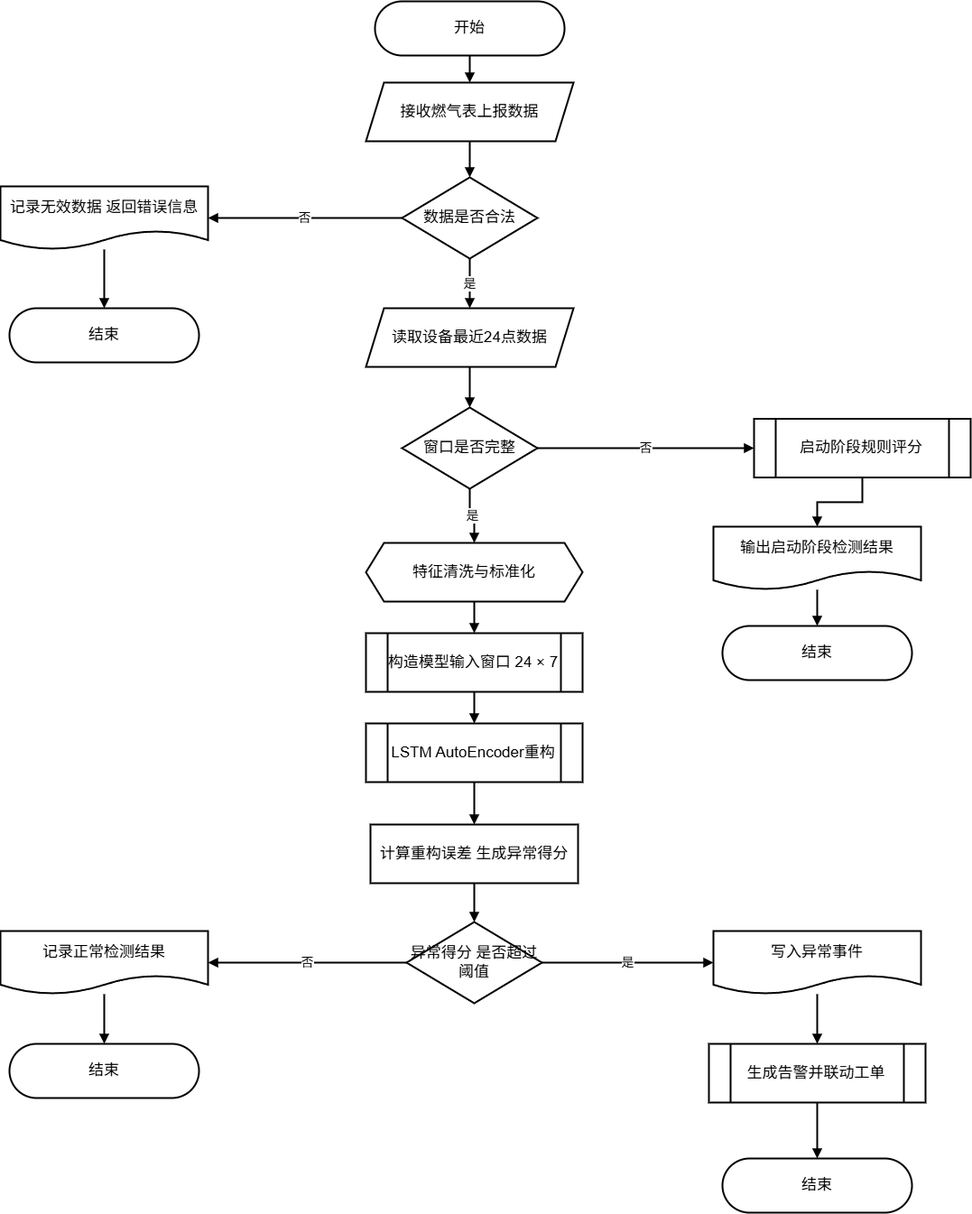
The draw.io diagram pictures_drawio/异常检测流程图.drawio.png in solisW/my_thesis_system, before a commit. Source tidied: cells renumbered, new cells last; positions are measured from the earlier drawing's top-left corner, leaving out a move shared by most shapes.
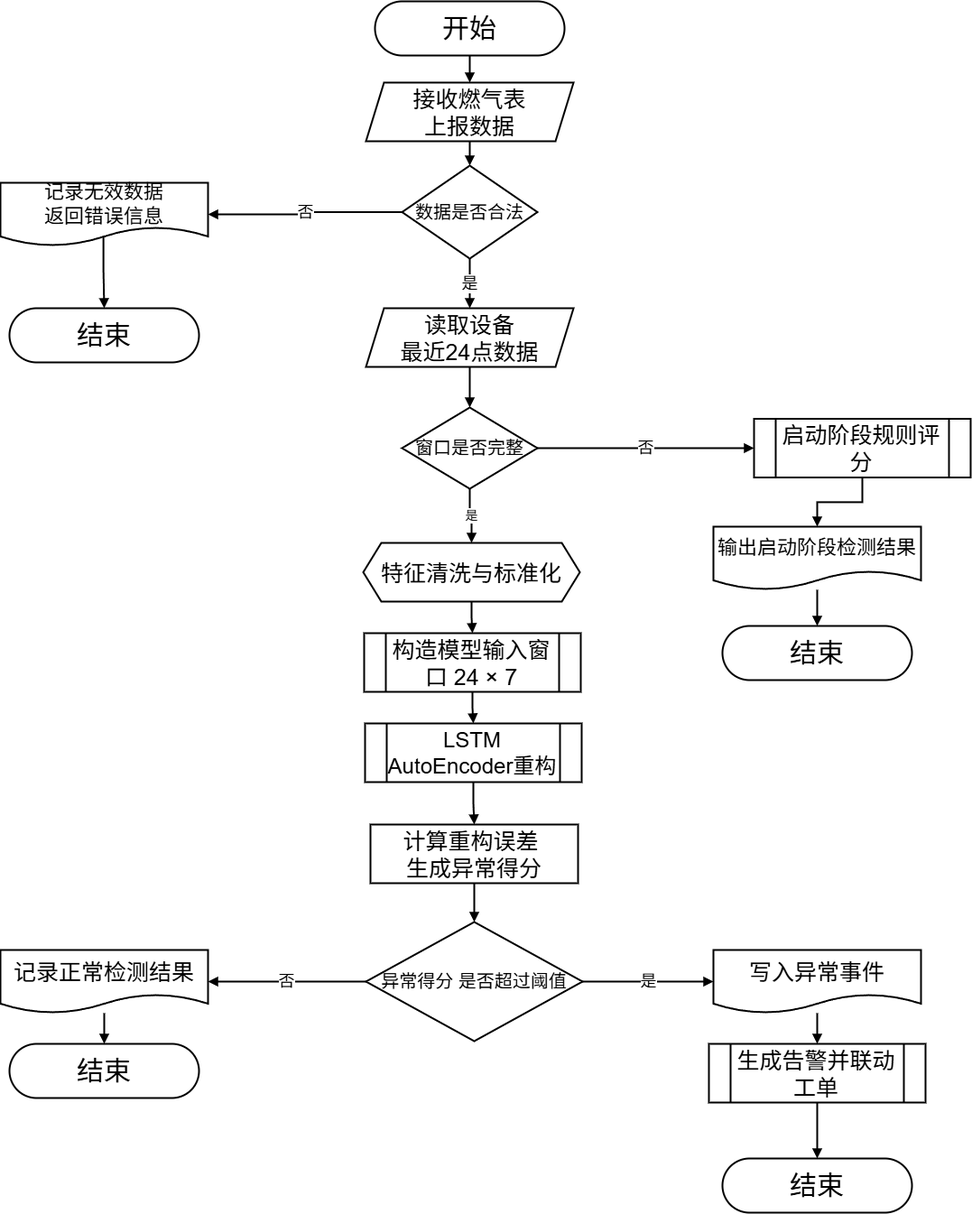
After the change.

Diff of the diagram source:
```diff
@@ -2,64 +2,64 @@
   <root>
     <mxCell id="0" />
     <mxCell id="1" parent="0" />
-    <mxCell id="2" value="开始" style="rounded=1;arcSize=50;whiteSpace=wrap;html=1;fillColor=#ffffff;strokeColor=#000000;strokeWidth=2;fontSize=17;" parent="1" vertex="1">
+    <mxCell id="2" value="&lt;font style=&quot;font-size: 30px;&quot;&gt;开始&lt;/font&gt;" style="rounded=1;arcSize=50;whiteSpace=wrap;html=1;fillColor=#ffffff;strokeColor=#000000;strokeWidth=2;fontSize=17;" parent="1" vertex="1">
       <mxGeometry x="415" width="210" height="60" as="geometry" />
     </mxCell>
-    <mxCell id="3" value="接收燃气表上报数据" style="shape=parallelogram;perimeter=parallelogramPerimeter;whiteSpace=wrap;html=1;fixedSize=1;fillColor=#ffffff;strokeColor=#000000;strokeWidth=2;fontSize=17;" parent="1" vertex="1">
+    <mxCell id="3" value="&lt;font style=&quot;font-size: 25px;&quot;&gt;接收燃气表&lt;/font&gt;&lt;div&gt;&lt;font style=&quot;font-size: 25px;&quot;&gt;上报数据&lt;/font&gt;&lt;/div&gt;" style="shape=parallelogram;perimeter=parallelogramPerimeter;whiteSpace=wrap;html=1;fixedSize=1;fillColor=#ffffff;strokeColor=#000000;strokeWidth=2;fontSize=17;" parent="1" vertex="1">
       <mxGeometry x="405" y="90" width="230" height="65" as="geometry" />
     </mxCell>
-    <mxCell id="4" value="数据是否合法" style="rhombus;whiteSpace=wrap;html=1;fillColor=#ffffff;strokeColor=#000000;strokeWidth=2;fontSize=17;" parent="1" vertex="1">
-      <mxGeometry x="445" y="195" width="150" height="90" as="geometry" />
+    <mxCell id="4" value="&lt;font style=&quot;font-size: 20px;&quot;&gt;数据是否合法&lt;/font&gt;" style="rhombus;whiteSpace=wrap;html=1;fillColor=#ffffff;strokeColor=#000000;strokeWidth=2;fontSize=17;" parent="1" vertex="1">
+      <mxGeometry x="445" y="182" width="150" height="103" as="geometry" />
     </mxCell>
-    <mxCell id="5" value="记录无效数据 返回错误信息" style="shape=document;whiteSpace=wrap;html=1;boundedLbl=1;fillColor=#ffffff;strokeColor=#000000;strokeWidth=2;fontSize=17;" parent="1" vertex="1">
-      <mxGeometry y="205" width="230" height="70" as="geometry" />
+    <mxCell id="5" value="&lt;font style=&quot;font-size: 22px;&quot;&gt;记录无效数据&lt;/font&gt;&lt;div&gt;&lt;font style=&quot;font-size: 22px;&quot;&gt;返回错误信息&lt;/font&gt;&lt;/div&gt;" style="shape=document;whiteSpace=wrap;html=1;boundedLbl=1;fillColor=#ffffff;strokeColor=#000000;strokeWidth=2;fontSize=17;" parent="1" vertex="1">
+      <mxGeometry y="201" width="230" height="70" as="geometry" />
     </mxCell>
-    <mxCell id="6" value="结束" style="rounded=1;arcSize=50;whiteSpace=wrap;html=1;fillColor=#ffffff;strokeColor=#000000;strokeWidth=2;fontSize=17;" parent="1" vertex="1">
+    <mxCell id="6" value="&lt;font style=&quot;font-size: 30px;&quot;&gt;结束&lt;/font&gt;" style="rounded=1;arcSize=50;whiteSpace=wrap;html=1;fillColor=#ffffff;strokeColor=#000000;strokeWidth=2;fontSize=17;" parent="1" vertex="1">
       <mxGeometry x="10" y="340" width="210" height="60" as="geometry" />
     </mxCell>
-    <mxCell id="7" value="读取设备最近24点数据" style="shape=parallelogram;perimeter=parallelogramPerimeter;whiteSpace=wrap;html=1;fixedSize=1;fillColor=#ffffff;strokeColor=#000000;strokeWidth=2;fontSize=17;" parent="1" vertex="1">
+    <mxCell id="7" value="&lt;font style=&quot;font-size: 25px;&quot;&gt;读取设备&lt;/font&gt;&lt;div&gt;&lt;font style=&quot;font-size: 25px;&quot;&gt;最近24点数据&lt;/font&gt;&lt;/div&gt;" style="shape=parallelogram;perimeter=parallelogramPerimeter;whiteSpace=wrap;html=1;fixedSize=1;fillColor=#ffffff;strokeColor=#000000;strokeWidth=2;fontSize=17;" parent="1" vertex="1">
       <mxGeometry x="405" y="340" width="230" height="65" as="geometry" />
     </mxCell>
-    <mxCell id="8" value="窗口是否完整" style="rhombus;whiteSpace=wrap;html=1;fillColor=#ffffff;strokeColor=#000000;strokeWidth=2;fontSize=17;" parent="1" vertex="1">
+    <mxCell id="8" value="&lt;font style=&quot;font-size: 20px;&quot;&gt;窗口是否完整&lt;/font&gt;" style="rhombus;whiteSpace=wrap;html=1;fillColor=#ffffff;strokeColor=#000000;strokeWidth=2;fontSize=17;" parent="1" vertex="1">
       <mxGeometry x="445" y="450" width="150" height="90" as="geometry" />
     </mxCell>
-    <mxCell id="9" value="启动阶段规则评分" style="shape=process;whiteSpace=wrap;html=1;backgroundOutline=1;fillColor=#ffffff;strokeColor=#000000;strokeWidth=2;fontSize=17;" parent="1" vertex="1">
+    <mxCell id="9" value="&lt;font style=&quot;font-size: 25px;&quot;&gt;启动阶段规则评分&lt;/font&gt;" style="shape=process;whiteSpace=wrap;html=1;backgroundOutline=1;fillColor=#ffffff;strokeColor=#000000;strokeWidth=2;fontSize=17;" parent="1" vertex="1">
       <mxGeometry x="835" y="462.5" width="240" height="65" as="geometry" />
     </mxCell>
-    <mxCell id="10" value="输出启动阶段检测结果" style="shape=document;whiteSpace=wrap;html=1;boundedLbl=1;fillColor=#ffffff;strokeColor=#000000;strokeWidth=2;fontSize=17;" parent="1" vertex="1">
+    <mxCell id="10" value="&lt;font style=&quot;font-size: 22px;&quot;&gt;输出启动阶段检测结果&lt;/font&gt;" style="shape=document;whiteSpace=wrap;html=1;boundedLbl=1;fillColor=#ffffff;strokeColor=#000000;strokeWidth=2;fontSize=17;" parent="1" vertex="1">
       <mxGeometry x="790" y="582" width="230" height="70" as="geometry" />
     </mxCell>
-    <mxCell id="11" value="结束" style="rounded=1;arcSize=50;whiteSpace=wrap;html=1;fillColor=#ffffff;strokeColor=#000000;strokeWidth=2;fontSize=17;" parent="1" vertex="1">
+    <mxCell id="11" value="&lt;font style=&quot;font-size: 30px;&quot;&gt;结束&lt;/font&gt;" style="rounded=1;arcSize=50;whiteSpace=wrap;html=1;fillColor=#ffffff;strokeColor=#000000;strokeWidth=2;fontSize=17;" parent="1" vertex="1">
       <mxGeometry x="800" y="692" width="210" height="60" as="geometry" />
     </mxCell>
-    <mxCell id="12" value="特征清洗与标准化" style="shape=hexagon;perimeter=hexagonPerimeter2;whiteSpace=wrap;html=1;fixedSize=1;fillColor=#ffffff;strokeColor=#000000;strokeWidth=2;fontSize=17;" parent="1" vertex="1">
-      <mxGeometry x="405" y="600" width="240" height="65" as="geometry" />
+    <mxCell id="12" value="&lt;font style=&quot;font-size: 25px;&quot;&gt;特征清洗与标准化&lt;/font&gt;" style="shape=hexagon;perimeter=hexagonPerimeter2;whiteSpace=wrap;html=1;fixedSize=1;fillColor=#ffffff;strokeColor=#000000;strokeWidth=2;fontSize=17;" parent="1" vertex="1">
+      <mxGeometry x="402" y="600" width="240" height="65" as="geometry" />
     </mxCell>
-    <mxCell id="13" value="构造模型输入窗口 24 × 7" style="shape=process;whiteSpace=wrap;html=1;backgroundOutline=1;fillColor=#ffffff;strokeColor=#000000;strokeWidth=2;fontSize=17;" parent="1" vertex="1">
-      <mxGeometry x="405" y="700" width="240" height="65" as="geometry" />
+    <mxCell id="13" value="&lt;font style=&quot;font-size: 25px;&quot;&gt;构造模型输入窗口 24 × 7&lt;/font&gt;" style="shape=process;whiteSpace=wrap;html=1;backgroundOutline=1;fillColor=#ffffff;strokeColor=#000000;strokeWidth=2;fontSize=17;" parent="1" vertex="1">
+      <mxGeometry x="403" y="700" width="240" height="65" as="geometry" />
     </mxCell>
-    <mxCell id="14" value="LSTM AutoEncoder重构" style="shape=process;whiteSpace=wrap;html=1;backgroundOutline=1;fillColor=#ffffff;strokeColor=#000000;strokeWidth=2;fontSize=17;" parent="1" vertex="1">
-      <mxGeometry x="405" y="800" width="240" height="65" as="geometry" />
+    <mxCell id="14" value="&lt;font style=&quot;font-size: 24px;&quot;&gt;LSTM AutoEncoder重构&lt;/font&gt;" style="shape=process;whiteSpace=wrap;html=1;backgroundOutline=1;fillColor=#ffffff;strokeColor=#000000;strokeWidth=2;fontSize=17;" parent="1" vertex="1">
+      <mxGeometry x="404" y="800" width="240" height="65" as="geometry" />
     </mxCell>
-    <mxCell id="15" value="计算重构误差 生成异常得分" style="rounded=0;whiteSpace=wrap;html=1;fillColor=#ffffff;strokeColor=#000000;strokeWidth=2;fontSize=17;" parent="1" vertex="1">
+    <mxCell id="15" value="&lt;font style=&quot;font-size: 25px;&quot;&gt;计算重构误差&amp;nbsp;&lt;/font&gt;&lt;div&gt;&lt;font style=&quot;font-size: 25px;&quot;&gt;生成异常得分&lt;/font&gt;&lt;/div&gt;" style="rounded=0;whiteSpace=wrap;html=1;fillColor=#ffffff;strokeColor=#000000;strokeWidth=2;fontSize=17;" parent="1" vertex="1">
       <mxGeometry x="410" y="912" width="230" height="65" as="geometry" />
     </mxCell>
-    <mxCell id="16" value="异常得分 是否超过阈值" style="rhombus;whiteSpace=wrap;html=1;fillColor=#ffffff;strokeColor=#000000;strokeWidth=2;fontSize=17;" parent="1" vertex="1">
-      <mxGeometry x="450" y="1020" width="150" height="90" as="geometry" />
+    <mxCell id="16" value="&lt;font style=&quot;font-size: 20px;&quot;&gt;异常得分 是否超过阈值&lt;/font&gt;" style="rhombus;whiteSpace=wrap;html=1;fillColor=#ffffff;strokeColor=#000000;strokeWidth=2;fontSize=17;" parent="1" vertex="1">
+      <mxGeometry x="405" y="1020" width="240" height="132" as="geometry" />
     </mxCell>
-    <mxCell id="17" value="记录正常检测结果" style="shape=document;whiteSpace=wrap;html=1;boundedLbl=1;fillColor=#ffffff;strokeColor=#000000;strokeWidth=2;fontSize=17;" parent="1" vertex="1">
-      <mxGeometry y="1030" width="230" height="70" as="geometry" />
+    <mxCell id="17" value="&lt;font style=&quot;font-size: 25px;&quot;&gt;记录正常检测结果&lt;/font&gt;" style="shape=document;whiteSpace=wrap;html=1;boundedLbl=1;fillColor=#ffffff;strokeColor=#000000;strokeWidth=2;fontSize=17;" parent="1" vertex="1">
+      <mxGeometry y="1051" width="230" height="70" as="geometry" />
     </mxCell>
-    <mxCell id="18" value="结束" style="rounded=1;arcSize=50;whiteSpace=wrap;html=1;fillColor=#ffffff;strokeColor=#000000;strokeWidth=2;fontSize=17;" parent="1" vertex="1">
+    <mxCell id="18" value="&lt;font style=&quot;font-size: 30px;&quot;&gt;结束&lt;/font&gt;" style="rounded=1;arcSize=50;whiteSpace=wrap;html=1;fillColor=#ffffff;strokeColor=#000000;strokeWidth=2;fontSize=17;" parent="1" vertex="1">
       <mxGeometry x="10" y="1155" width="210" height="60" as="geometry" />
     </mxCell>
-    <mxCell id="19" value="写入异常事件" style="shape=document;whiteSpace=wrap;html=1;boundedLbl=1;fillColor=#ffffff;strokeColor=#000000;strokeWidth=2;fontSize=17;" parent="1" vertex="1">
-      <mxGeometry x="790" y="1030" width="230" height="70" as="geometry" />
+    <mxCell id="19" value="&lt;font style=&quot;font-size: 25px;&quot;&gt;写入异常事件&lt;/font&gt;" style="shape=document;whiteSpace=wrap;html=1;boundedLbl=1;fillColor=#ffffff;strokeColor=#000000;strokeWidth=2;fontSize=17;" parent="1" vertex="1">
+      <mxGeometry x="790" y="1051" width="230" height="70" as="geometry" />
     </mxCell>
-    <mxCell id="20" value="生成告警并联动工单" style="shape=process;whiteSpace=wrap;html=1;backgroundOutline=1;fillColor=#ffffff;strokeColor=#000000;strokeWidth=2;fontSize=17;" parent="1" vertex="1">
+    <mxCell id="20" value="&lt;font style=&quot;font-size: 25px;&quot;&gt;生成告警并联动工单&lt;/font&gt;" style="shape=process;whiteSpace=wrap;html=1;backgroundOutline=1;fillColor=#ffffff;strokeColor=#000000;strokeWidth=2;fontSize=17;" parent="1" vertex="1">
       <mxGeometry x="785" y="1155" width="240" height="65" as="geometry" />
     </mxCell>
-    <mxCell id="21" value="结束" style="rounded=1;arcSize=50;whiteSpace=wrap;html=1;fillColor=#ffffff;strokeColor=#000000;strokeWidth=2;fontSize=17;" parent="1" vertex="1">
+    <mxCell id="21" value="&lt;font style=&quot;font-size: 30px;&quot;&gt;结束&lt;/font&gt;" style="rounded=1;arcSize=50;whiteSpace=wrap;html=1;fillColor=#ffffff;strokeColor=#000000;strokeWidth=2;fontSize=17;" parent="1" vertex="1">
       <mxGeometry x="800" y="1282" width="210" height="60" as="geometry" />
     </mxCell>
     <mxCell id="22" style="endArrow=block;html=1;rounded=0;edgeStyle=orthogonalEdgeStyle;strokeWidth=2;fontSize=14;" parent="1" edge="1" source="2" target="3">
@@ -68,19 +68,19 @@
     <mxCell id="23" style="endArrow=block;html=1;rounded=0;edgeStyle=orthogonalEdgeStyle;strokeWidth=2;fontSize=14;" parent="1" edge="1" source="3" target="4">
       <mxGeometry relative="1" as="geometry" />
     </mxCell>
-    <mxCell id="24" value="否" style="endArrow=block;html=1;rounded=0;edgeStyle=orthogonalEdgeStyle;strokeWidth=2;fontSize=14;" parent="1" edge="1" source="4" target="5">
+    <mxCell id="24" value="&lt;font style=&quot;font-size: 18px;&quot;&gt;否&lt;/font&gt;" style="endArrow=block;html=1;rounded=0;edgeStyle=orthogonalEdgeStyle;strokeWidth=2;fontSize=14;" parent="1" edge="1" source="4" target="5">
       <mxGeometry relative="1" as="geometry" />
     </mxCell>
-    <mxCell id="25" style="endArrow=block;html=1;rounded=0;edgeStyle=orthogonalEdgeStyle;strokeWidth=2;fontSize=14;" parent="1" edge="1" source="5" target="6">
+    <mxCell id="25" style="endArrow=block;html=1;rounded=0;edgeStyle=orthogonalEdgeStyle;strokeWidth=2;fontSize=14;exitX=0.496;exitY=0.844;exitDx=0;exitDy=0;exitPerimeter=0;" parent="1" edge="1" source="5" target="6">
       <mxGeometry relative="1" as="geometry" />
     </mxCell>
-    <mxCell id="26" value="是" style="endArrow=block;html=1;rounded=0;edgeStyle=orthogonalEdgeStyle;strokeWidth=2;fontSize=14;" parent="1" edge="1" source="4" target="7">
+    <mxCell id="26" value="&lt;font style=&quot;font-size: 18px;&quot;&gt;是&lt;/font&gt;" style="endArrow=block;html=1;rounded=0;edgeStyle=orthogonalEdgeStyle;strokeWidth=2;fontSize=14;" parent="1" edge="1" source="4" target="7">
       <mxGeometry relative="1" as="geometry" />
     </mxCell>
     <mxCell id="27" style="endArrow=block;html=1;rounded=0;edgeStyle=orthogonalEdgeStyle;strokeWidth=2;fontSize=14;" parent="1" edge="1" source="7" target="8">
       <mxGeometry relative="1" as="geometry" />
     </mxCell>
-    <mxCell id="28" value="否" style="endArrow=block;html=1;rounded=0;edgeStyle=orthogonalEdgeStyle;strokeWidth=2;fontSize=14;" parent="1" edge="1" source="8" target="9">
+    <mxCell id="28" value="&lt;font style=&quot;font-size: 18px;&quot;&gt;否&lt;/font&gt;" style="endArrow=block;html=1;rounded=0;edgeStyle=orthogonalEdgeStyle;strokeWidth=2;fontSize=14;" parent="1" edge="1" source="8" target="9">
       <mxGeometry relative="1" as="geometry" />
     </mxCell>
     <mxCell id="29" style="endArrow=block;html=1;rounded=0;edgeStyle=orthogonalEdgeStyle;strokeWidth=2;fontSize=14;" parent="1" edge="1" source="9" target="10">
@@ -104,13 +104,13 @@
     <mxCell id="35" style="endArrow=block;html=1;rounded=0;edgeStyle=orthogonalEdgeStyle;strokeWidth=2;fontSize=14;" parent="1" edge="1" source="15" target="16">
       <mxGeometry relative="1" as="geometry" />
     </mxCell>
-    <mxCell id="36" value="否" style="endArrow=block;html=1;rounded=0;edgeStyle=orthogonalEdgeStyle;strokeWidth=2;fontSize=14;" parent="1" edge="1" source="16" target="17">
+    <mxCell id="36" value="&lt;font style=&quot;font-size: 18px;&quot;&gt;否&lt;/font&gt;" style="endArrow=block;html=1;rounded=0;edgeStyle=orthogonalEdgeStyle;strokeWidth=2;fontSize=14;" parent="1" edge="1" source="16" target="17">
       <mxGeometry relative="1" as="geometry" />
     </mxCell>
     <mxCell id="37" style="endArrow=block;html=1;rounded=0;edgeStyle=orthogonalEdgeStyle;strokeWidth=2;fontSize=14;" parent="1" edge="1" source="17" target="18">
       <mxGeometry relative="1" as="geometry" />
     </mxCell>
-    <mxCell id="38" value="是" style="endArrow=block;html=1;rounded=0;edgeStyle=orthogonalEdgeStyle;strokeWidth=2;fontSize=14;" parent="1" edge="1" source="16" target="19">
+    <mxCell id="38" value="&lt;font style=&quot;font-size: 18px;&quot;&gt;是&lt;/font&gt;" style="endArrow=block;html=1;rounded=0;edgeStyle=orthogonalEdgeStyle;strokeWidth=2;fontSize=14;" parent="1" edge="1" source="16" target="19">
       <mxGeometry relative="1" as="geometry" />
     </mxCell>
     <mxCell id="39" style="endArrow=block;html=1;rounded=0;edgeStyle=orthogonalEdgeStyle;strokeWidth=2;fontSize=14;" parent="1" edge="1" source="19" target="20">
```
